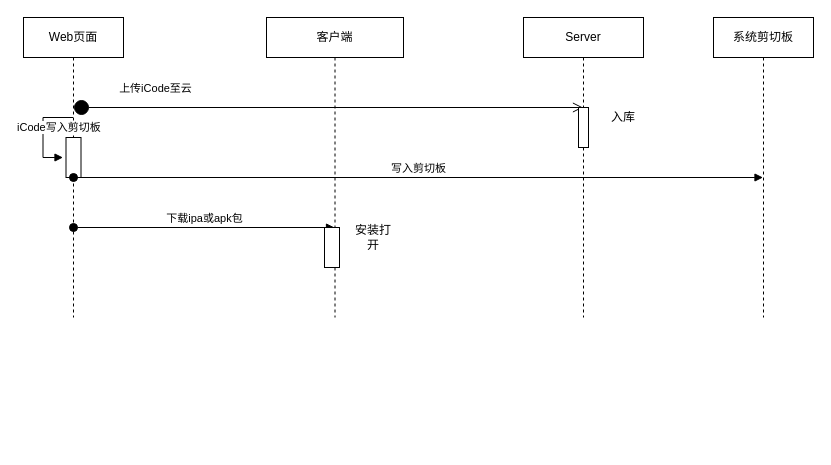
SunnyLy/Drawio keeps this draw.io diagram as Untitled Diagram.drawio. Above is the earlier version. Source tidied: cells renumbered, new cells numbered last; positions are measured from the earlier drawing's top-left corner, leaving out a move shared by most shapes. Both pictures are drawn from the tidied source at 100%, with x=0, y=0 at pixel (23, 17).
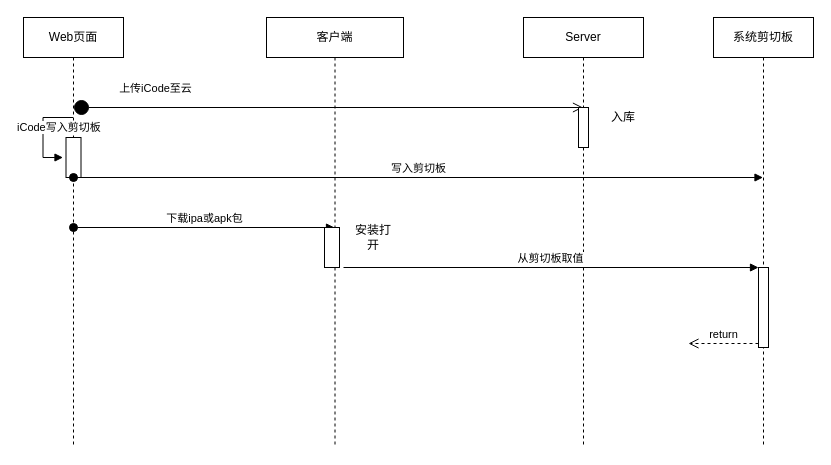
The same diagram, later.

Commit message:
从剪切板取值

The change refers to these unchanged cells:
```xml
<mxCell id="13" style="html=1;points=[];perimeter=orthogonalPerimeter;" parent="11" vertex="1">
  <mxGeometry x="58" y="210" width="15" height="40" as="geometry" />
</mxCell>
```

The edit, as a diff of the source:
```diff
@@
     <mxCell id="2" value="Web页面" style="shape=umlLifeline;perimeter=lifelinePerimeter;whiteSpace=wrap;html=1;" parent="1" vertex="1">
-      <mxGeometry width="100" height="300" as="geometry" />
+      <mxGeometry width="100" height="430" as="geometry" />
     </mxCell>
@@
     <mxCell id="8" value="Server" style="shape=umlLifeline;perimeter=lifelinePerimeter;whiteSpace=wrap;html=1;outlineConnect=0;" parent="1" vertex="1">
-      <mxGeometry x="500" width="120" height="300" as="geometry" />
+      <mxGeometry x="500" width="120" height="430" as="geometry" />
     </mxCell>
@@
     <mxCell id="11" value="客户端" style="shape=umlLifeline;perimeter=lifelinePerimeter;whiteSpace=wrap;html=1;outlineConnect=0;" parent="1" vertex="1">
-      <mxGeometry x="243" width="137" height="300" as="geometry" />
+      <mxGeometry x="243" width="137" height="430" as="geometry" />
     </mxCell>
@@
     <mxCell id="14" value="系统剪切板" style="shape=umlLifeline;perimeter=lifelinePerimeter;whiteSpace=wrap;html=1;outlineConnect=0;" parent="1" vertex="1">
-      <mxGeometry x="690" width="100" height="300" as="geometry" />
+      <mxGeometry x="690" width="100" height="430" as="geometry" />
     </mxCell>
+    <mxCell id="15" style="html=1;points=[];perimeter=orthogonalPerimeter;" parent="14" vertex="1">
+      <mxGeometry x="45" y="250" width="10" height="80" as="geometry" />
+    </mxCell>
+    <mxCell id="16" value="return" style="html=1;verticalAlign=bottom;endArrow=open;dashed=1;endSize=8;exitX=0;exitY=0.95;" parent="14" edge="1" source="15">
+      <mxGeometry relative="1" as="geometry">
+        <mxPoint x="-25" y="326" as="targetPoint" />
+      </mxGeometry>
+    </mxCell>
+    <mxCell id="17" value="从剪切板取值" style="html=1;verticalAlign=bottom;endArrow=block;entryX=0;entryY=0;exitX=1.267;exitY=1;exitDx=0;exitDy=0;exitPerimeter=0;" parent="1" edge="1" source="13" target="15">
+      <mxGeometry relative="1" as="geometry" />
+    </mxCell>
```
